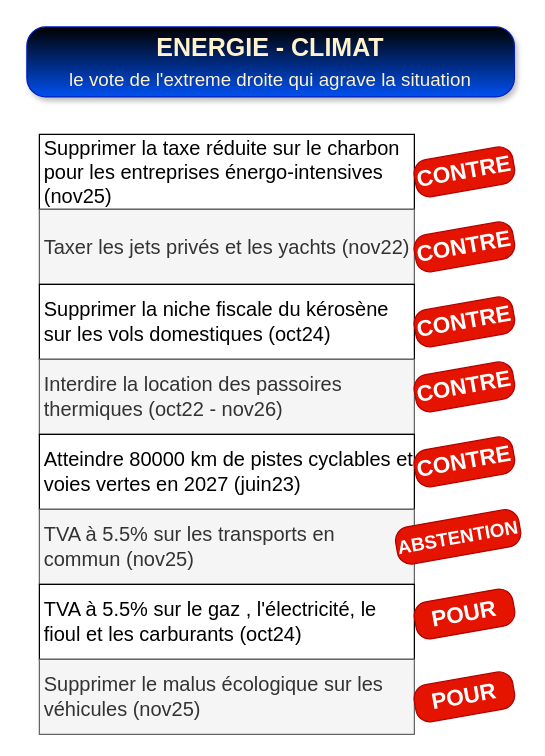
The draw.io diagram drawio/Energie.drawio in bernard44600/cedbn, before the edit. Source tidied: cells renumbered, new cells numbered last; positions are measured from the earlier drawing's top-left corner, leaving out a move shared by most shapes. Both pictures are drawn from the tidied source at 125%, with x=0, y=0 at pixel (26, 26).
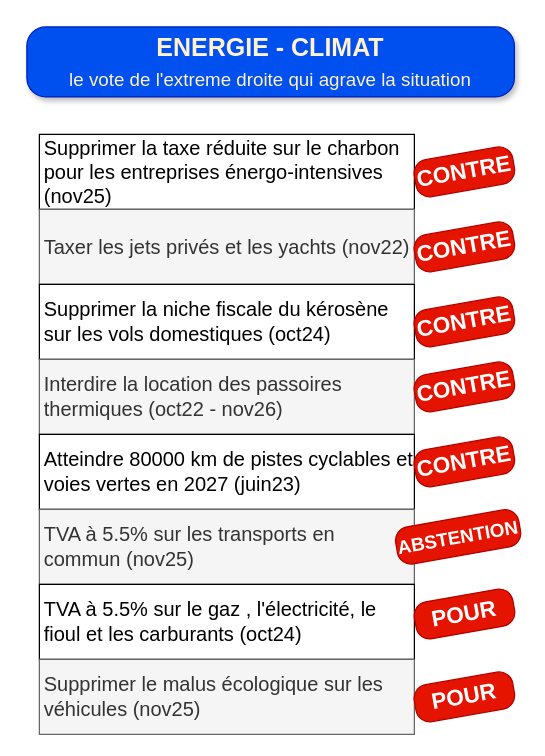
After the change.

Diff of the diagram source:
```diff
@@
 <mxGraphModel>
   <root>
     <mxCell id="0" />
     <mxCell id="1" parent="0" />
     <mxCell id="2" style="rounded=0;whiteSpace=wrap;html=1;" parent="1" vertex="1">
       <mxGeometry x="67" y="463" width="120" height="60" as="geometry" />
     </mxCell>
-    <mxCell id="3" value="ENERGIE - CLIMAT&lt;br&gt;&lt;font style=&quot;font-size: 15px; font-weight: normal;&quot;&gt;le vote de l'extreme droite qui agrave la situation&lt;/font&gt;" style="rounded=1;whiteSpace=wrap;html=1;fontSize=20;fillColor=#0050ef;strokeColor=#001DBC;fontColor=#FFF2CC;gradientColor=default;gradientDirection=north;roundedPerimeter=1;shadow=1;glass=0;multiple=0;fontFamily=Helvetica;labelBackgroundColor=none;arcSize=27;fontStyle=1;" parent="1" vertex="1">
+    <mxCell id="3" value="ENERGIE - CLIMAT&lt;br&gt;&lt;font style=&quot;font-size: 15px; font-weight: normal;&quot;&gt;le vote de l'extreme droite qui agrave la situation&lt;/font&gt;" style="rounded=1;whiteSpace=wrap;html=1;fontSize=20;fillColor=#0050ef;strokeColor=#001DBC;fontColor=#FFF2CC;gradientColor=none;gradientDirection=north;roundedPerimeter=1;shadow=1;glass=0;multiple=0;fontFamily=Helvetica;labelBackgroundColor=none;arcSize=27;fontStyle=1;" parent="1" vertex="1">
       <mxGeometry width="390" height="56" as="geometry" />
     </mxCell>
     <mxCell id="4" value="Supprimer la taxe réduite sur le charbon pour les entreprises énergo-intensives (nov25)" style="rounded=0;whiteSpace=wrap;html=1;fontFamily=Helvetica;fontSize=16;align=left;spacingLeft=2;" parent="1" vertex="1">
       <mxGeometry x="10" y="86" width="300" height="60" as="geometry" />
     </mxCell>
     <mxCell id="5" value="Taxer les jets privés et les yachts (nov22)" style="rounded=0;whiteSpace=wrap;html=1;fontFamily=Helvetica;fontSize=16;align=left;fillColor=#f5f5f5;fontColor=#333333;strokeColor=#666666;spacingLeft=2;" parent="1" vertex="1">
       <mxGeometry x="10" y="146" width="300" height="60" as="geometry" />
     </mxCell>
     <mxCell id="6" value="Supprimer la niche fiscale du kérosène sur les vols domestiques (oct24)" style="rounded=0;whiteSpace=wrap;html=1;fontFamily=Helvetica;fontSize=16;align=left;spacingLeft=2;" parent="1" vertex="1">
       <mxGeometry x="10" y="206" width="300" height="60" as="geometry" />
     </mxCell>
     <mxCell id="7" value="Interdire la location des passoires thermiques (oct22 - nov26)" style="rounded=0;whiteSpace=wrap;html=1;fontFamily=Helvetica;fontSize=16;align=left;fillColor=#f5f5f5;fontColor=#333333;strokeColor=#666666;spacingLeft=2;" parent="1" vertex="1">
       <mxGeometry x="10" y="266" width="300" height="60" as="geometry" />
     </mxCell>
     <mxCell id="8" value="Atteindre 80000 km de pistes cyclables et voies vertes en 2027 (juin23)" style="rounded=0;whiteSpace=wrap;html=1;fontFamily=Helvetica;fontSize=16;align=left;spacingLeft=2;" parent="1" vertex="1">
       <mxGeometry x="10" y="326" width="300" height="60" as="geometry" />
     </mxCell>
     <mxCell id="9" value="TVA à 5.5% sur les transports en commun (nov25)" style="rounded=0;whiteSpace=wrap;html=1;fontFamily=Helvetica;fontSize=16;align=left;fillColor=#f5f5f5;fontColor=#333333;strokeColor=#666666;spacingLeft=2;" parent="1" vertex="1">
       <mxGeometry x="10" y="386" width="300" height="60" as="geometry" />
     </mxCell>
     <mxCell id="10" value="TVA à 5.5% sur le gaz , l'électricité, le fioul et les carburants (oct24)" style="rounded=0;whiteSpace=wrap;html=1;fontFamily=Helvetica;fontSize=16;align=left;spacingLeft=2;" parent="1" vertex="1">
       <mxGeometry x="10" y="446" width="300" height="60" as="geometry" />
     </mxCell>
     <mxCell id="11" value="Supprimer le malus écologique sur les véhicules (nov25)" style="rounded=0;whiteSpace=wrap;html=1;fontFamily=Helvetica;fontSize=16;align=left;fillColor=#f5f5f5;fontColor=#333333;strokeColor=#666666;spacingLeft=2;" parent="1" vertex="1">
       <mxGeometry x="10" y="506" width="300" height="60" as="geometry" />
     </mxCell>
     <mxCell id="12" value="CONTRE" style="text;html=1;whiteSpace=wrap;strokeColor=#B20000;fillColor=#e51400;align=center;verticalAlign=middle;rounded=1;fontSize=18;fontColor=#ffffff;fontStyle=1;roundedPerimeter=1;arcSize=37;rotation=-10;" parent="1" vertex="1">
       <mxGeometry x="310" y="101" width="80" height="30" as="geometry" />
     </mxCell>
     <mxCell id="13" value="CONTRE" style="text;html=1;whiteSpace=wrap;strokeColor=#B20000;fillColor=#e51400;align=center;verticalAlign=middle;rounded=1;fontSize=18;fontColor=#ffffff;fontStyle=1;roundedPerimeter=1;arcSize=37;rotation=-10;" parent="1" vertex="1">
       <mxGeometry x="310" y="161" width="80" height="30" as="geometry" />
     </mxCell>
     <mxCell id="14" value="CONTRE" style="text;html=1;whiteSpace=wrap;strokeColor=#B20000;fillColor=#e51400;align=center;verticalAlign=middle;rounded=1;fontSize=18;fontColor=#ffffff;fontStyle=1;roundedPerimeter=1;arcSize=37;rotation=-10;" parent="1" vertex="1">
       <mxGeometry x="310" y="221" width="80" height="30" as="geometry" />
     </mxCell>
     <mxCell id="15" value="CONTRE" style="text;html=1;whiteSpace=wrap;strokeColor=#B20000;fillColor=#e51400;align=center;verticalAlign=middle;rounded=1;fontSize=18;fontColor=#ffffff;fontStyle=1;roundedPerimeter=1;arcSize=37;rotation=-10;" parent="1" vertex="1">
       <mxGeometry x="310" y="273" width="80" height="30" as="geometry" />
     </mxCell>
     <mxCell id="16" value="ABSTENTION" style="text;html=1;whiteSpace=wrap;strokeColor=#B20000;fillColor=#e51400;align=center;verticalAlign=middle;rounded=1;fontSize=15;fontColor=#ffffff;fontStyle=1;roundedPerimeter=1;arcSize=37;rotation=-10;" parent="1" vertex="1">
       <mxGeometry x="295" y="393" width="100" height="30" as="geometry" />
     </mxCell>
     <mxCell id="17" value="POUR" style="text;html=1;whiteSpace=wrap;strokeColor=#B20000;fillColor=#e51400;align=center;verticalAlign=middle;rounded=1;fontSize=18;fontColor=#ffffff;fontStyle=1;roundedPerimeter=1;arcSize=37;rotation=-10;" parent="1" vertex="1">
       <mxGeometry x="310.1" y="454.7" width="80" height="30" as="geometry" />
     </mxCell>
     <mxCell id="18" value="POUR" style="text;html=1;whiteSpace=wrap;strokeColor=#B20000;fillColor=#e51400;align=center;verticalAlign=middle;rounded=1;fontSize=18;fontColor=#ffffff;fontStyle=1;roundedPerimeter=1;arcSize=37;rotation=-10;" parent="1" vertex="1">
       <mxGeometry x="310" y="521" width="80" height="30" as="geometry" />
     </mxCell>
     <mxCell id="19" value="CONTRE" style="text;html=1;whiteSpace=wrap;strokeColor=#B20000;fillColor=#e51400;align=center;verticalAlign=middle;rounded=1;fontSize=18;fontColor=#ffffff;fontStyle=1;roundedPerimeter=1;arcSize=37;rotation=-10;" parent="1" vertex="1">
       <mxGeometry x="310" y="333" width="80" height="30" as="geometry" />
     </mxCell>
   </root>
 </mxGraphModel>
```
